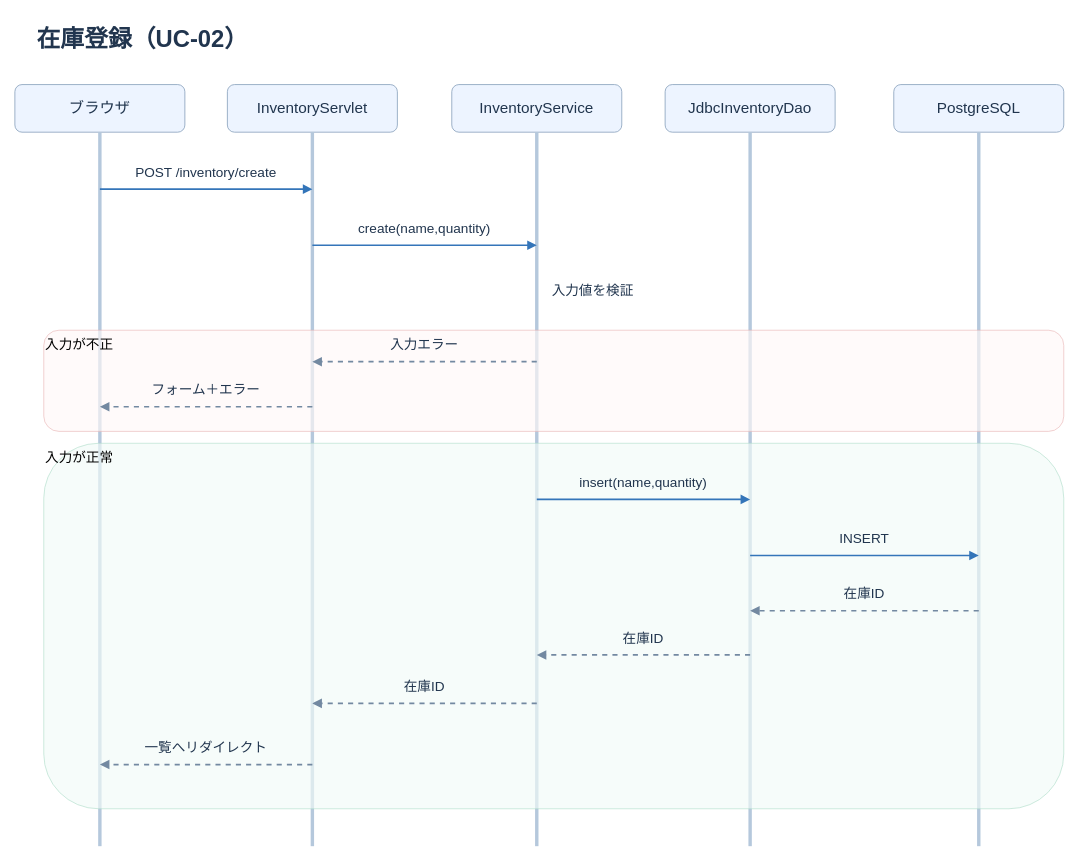
Before: docs/internal-design/diagrams/sequence-create.drawio in polyfortrain/inventory-app, a draw.io diagram. Source tidied: cells renumbered, new cells numbered last; positions are measured from the earlier drawing's top-left corner, leaving out a move shared by most shapes. Both pictures are drawn from the tidied source at 85%, with x=0, y=0 at pixel (14, 14).
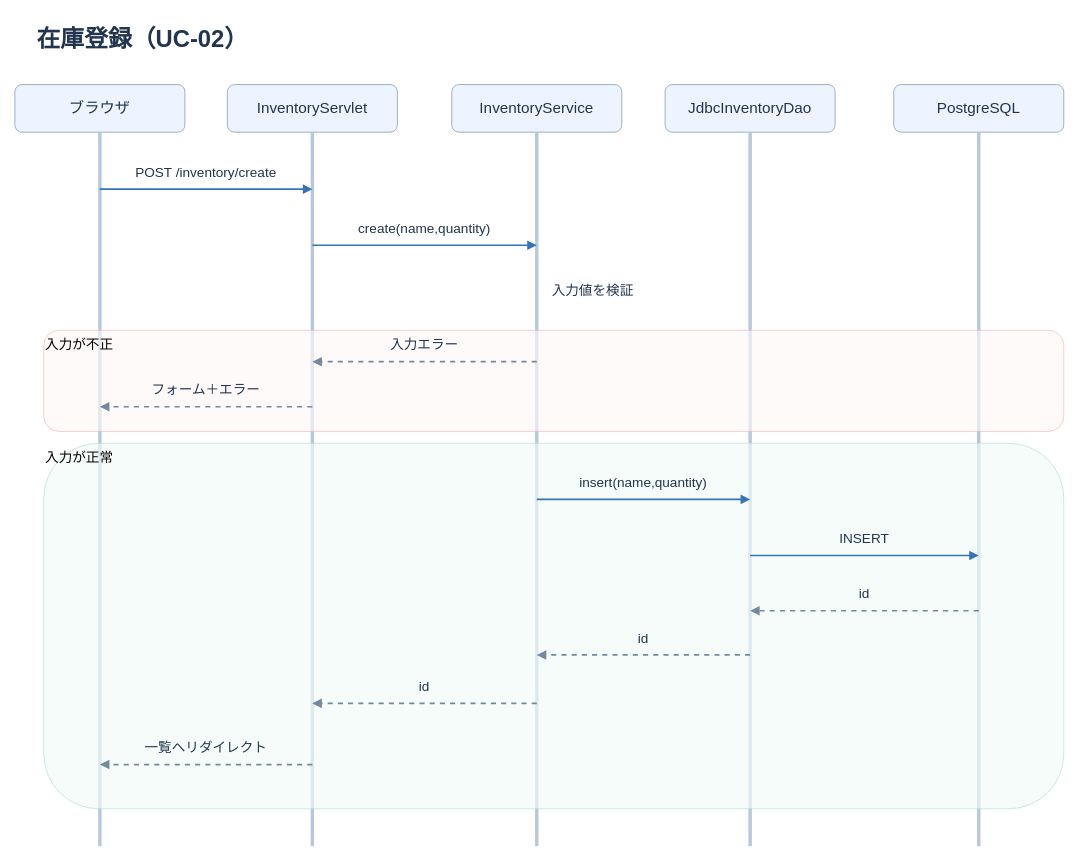
The same page after the edit.

Change to the diagram source:
```diff
@@
-    <mxCell id="28" value="在庫ID" style="rounded=0;whiteSpace=wrap;html=1;fillColor=none;strokeColor=none;fontSize=16;fontColor=#21354e;align=center;" parent="1" vertex="1">
+    <mxCell id="28" value="id" style="rounded=0;whiteSpace=wrap;html=1;fillColor=none;strokeColor=none;fontSize=16;fontColor=#21354e;align=center;" parent="1" vertex="1">
       <mxGeometry x="880" y="667" width="239" height="27" as="geometry" />
     </mxCell>
@@
-    <mxCell id="30" value="在庫ID" style="rounded=0;whiteSpace=wrap;html=1;fillColor=none;strokeColor=none;fontSize=16;fontColor=#21354e;align=center;" parent="1" vertex="1">
+    <mxCell id="30" value="id" style="rounded=0;whiteSpace=wrap;html=1;fillColor=none;strokeColor=none;fontSize=16;fontColor=#21354e;align=center;" parent="1" vertex="1">
       <mxGeometry x="629" y="719" width="221" height="27" as="geometry" />
     </mxCell>
@@
-    <mxCell id="32" value="在庫ID" style="rounded=0;whiteSpace=wrap;html=1;fillColor=none;strokeColor=none;fontSize=16;fontColor=#21354e;align=center;" parent="1" vertex="1">
+    <mxCell id="32" value="id" style="rounded=0;whiteSpace=wrap;html=1;fillColor=none;strokeColor=none;fontSize=16;fontColor=#21354e;align=center;" parent="1" vertex="1">
       <mxGeometry x="365" y="776" width="234" height="27" as="geometry" />
     </mxCell>
```
